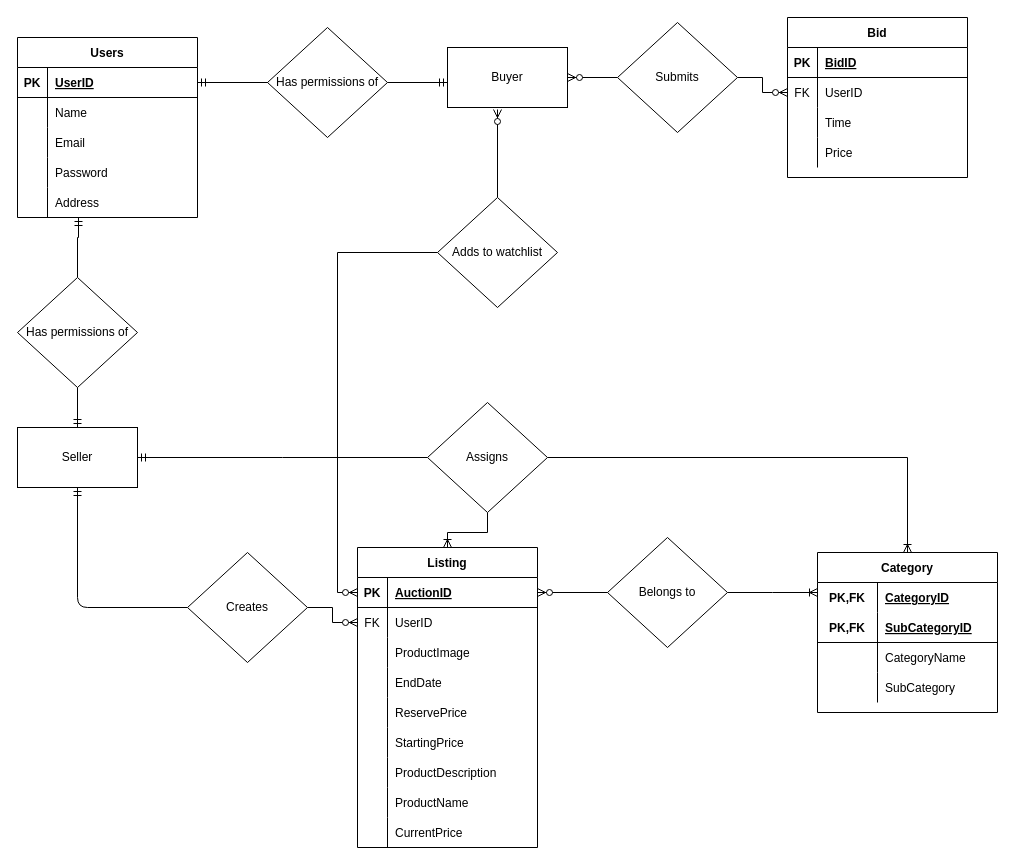
The draw.io diagram page "Rob" (3 of 4) of Auction Site ERD.drawio in rwshaw/Auction-Website, before the edit. Source tidied: cells renumbered, new cells numbered last; positions are measured from the earlier drawing's top-left corner, leaving out a move shared by most shapes. Both pictures are drawn from the tidied source at 100%, with x=0, y=0 at pixel (17, 17).
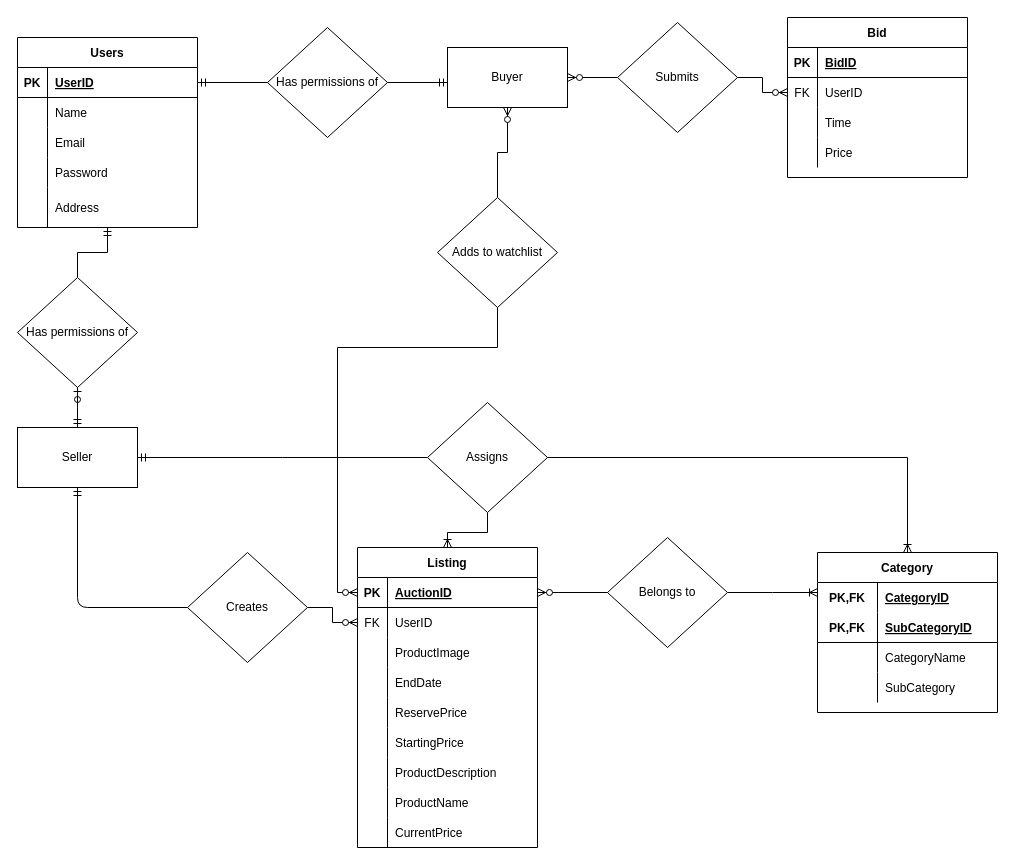
The same diagram, later.

The change refers to these unchanged cells:
```xml
<mxCell id="20" value="Buyer" style="rounded=0;whiteSpace=wrap;html=1;" parent="1" vertex="1">
  <mxGeometry x="430" y="30" width="120" height="60" as="geometry" />
</mxCell>
<mxCell id="39" value="Has permissions of" style="rhombus;whiteSpace=wrap;html=1;" parent="1" vertex="1">
  <mxGeometry y="260" width="120" height="110" as="geometry" />
</mxCell>
<mxCell id="41" value="Seller" style="rounded=0;whiteSpace=wrap;html=1;" parent="1" vertex="1">
  <mxGeometry y="410" width="120" height="60" as="geometry" />
</mxCell>
<mxCell id="47" style="shape=partialRectangle;fillColor=none;top=0;left=0;bottom=1;right=0;points=[[0,0.5],[1,0.5]];portConstraint=eastwest;" parent="46" vertex="1">
  <mxGeometry y="30" width="180" height="30" as="geometry" />
</mxCell>
<mxCell id="92" value="Adds to watchlist" style="rhombus;whiteSpace=wrap;html=1;" parent="1" vertex="1">
  <mxGeometry x="420" y="180" width="120" height="110" as="geometry" />
</mxCell>
```

What changed in the source:
```diff
@@
     <mxCell id="3" value="Users" style="shape=table;startSize=30;childLayout=tableLayout;rowLines=0;fontStyle=1;align=center;" parent="1" vertex="1">
-      <mxGeometry y="20" width="180" height="180" as="geometry" />
+      <mxGeometry y="20" width="180" height="190" as="geometry" />
     </mxCell>
@@
     <mxCell id="16" style="shape=partialRectangle;fillColor=none;top=0;left=0;bottom=0;right=0;points=[[0,0.5],[1,0.5]];portConstraint=eastwest;" parent="3" vertex="1">
-      <mxGeometry y="150" width="180" height="30" as="geometry" />
+      <mxGeometry y="150" width="180" height="40" as="geometry" />
     </mxCell>
     <mxCell id="17" style="shape=partialRectangle;fillColor=none;top=0;left=0;bottom=0;right=0;overflow=hidden;" parent="16" vertex="1">
-      <mxGeometry width="30" height="30" as="geometry" />
+      <mxGeometry width="30" height="40" as="geometry" />
     </mxCell>
     <mxCell id="18" value="Address" style="shape=partialRectangle;fillColor=none;top=0;left=0;bottom=0;right=0;align=left;spacingLeft=6;overflow=hidden;" parent="16" vertex="1">
-      <mxGeometry x="30" width="150" height="30" as="geometry" />
+      <mxGeometry x="30" width="150" height="40" as="geometry" />
     </mxCell>
@@
-    <mxCell id="38" style="edgeStyle=orthogonalEdgeStyle;rounded=0;jettySize=auto;html=1;endArrow=none;endFill=0;startArrow=ERmandOne;startFill=0;entryX=0.5;entryY=0;entryDx=0;entryDy=0;" parent="1" edge="1" source="16" target="39">
-      <mxGeometry relative="1" as="geometry">
-        <Array as="points">
-          <mxPoint x="61" y="220" />
-          <mxPoint x="60" y="220" />
-        </Array>
-      </mxGeometry>
+    <mxCell id="38" style="edgeStyle=orthogonalEdgeStyle;rounded=0;jettySize=auto;html=1;endArrow=none;endFill=0;startArrow=ERmandOne;startFill=0;entryX=0.5;entryY=0;entryDx=0;entryDy=0;" parent="1" edge="1" source="3" target="39">
+      <mxGeometry relative="1" as="geometry" />
     </mxCell>
@@
+    <mxCell id="96" style="edgeStyle=orthogonalEdgeStyle;rounded=0;jettySize=auto;html=1;startArrow=none;startFill=0;endArrow=ERzeroToOne;endFill=1;" parent="1" edge="1" source="41" target="39">
+      <mxGeometry relative="1" as="geometry" />
+    </mxCell>
@@
-    <mxCell id="90" style="edgeStyle=orthogonalEdgeStyle;rounded=0;jettySize=auto;html=1;startArrow=none;startFill=0;endArrow=ERzeroToMany;endFill=1;" parent="1" edge="1" source="92">
-      <mxGeometry relative="1" as="geometry">
-        <mxPoint x="480" y="92" as="targetPoint" />
-      </mxGeometry>
+    <mxCell id="90" style="edgeStyle=orthogonalEdgeStyle;rounded=0;jettySize=auto;html=1;startArrow=none;startFill=0;endArrow=ERzeroToMany;endFill=1;" parent="1" edge="1" source="92" target="20">
+      <mxGeometry relative="1" as="geometry" />
     </mxCell>
     <mxCell id="91" style="edgeStyle=orthogonalEdgeStyle;rounded=0;jettySize=auto;html=1;startArrow=none;startFill=0;endArrow=ERzeroToMany;endFill=1;entryX=0;entryY=0.5;entryDx=0;entryDy=0;" parent="1" edge="1" source="92" target="47">
       <mxGeometry relative="1" as="geometry">
         <Array as="points">
-          <mxPoint x="320" y="235" />
+          <mxPoint x="480" y="330" />
+          <mxPoint x="320" y="330" />
           <mxPoint x="320" y="575" />
         </Array>
       </mxGeometry>
     </mxCell>
```
